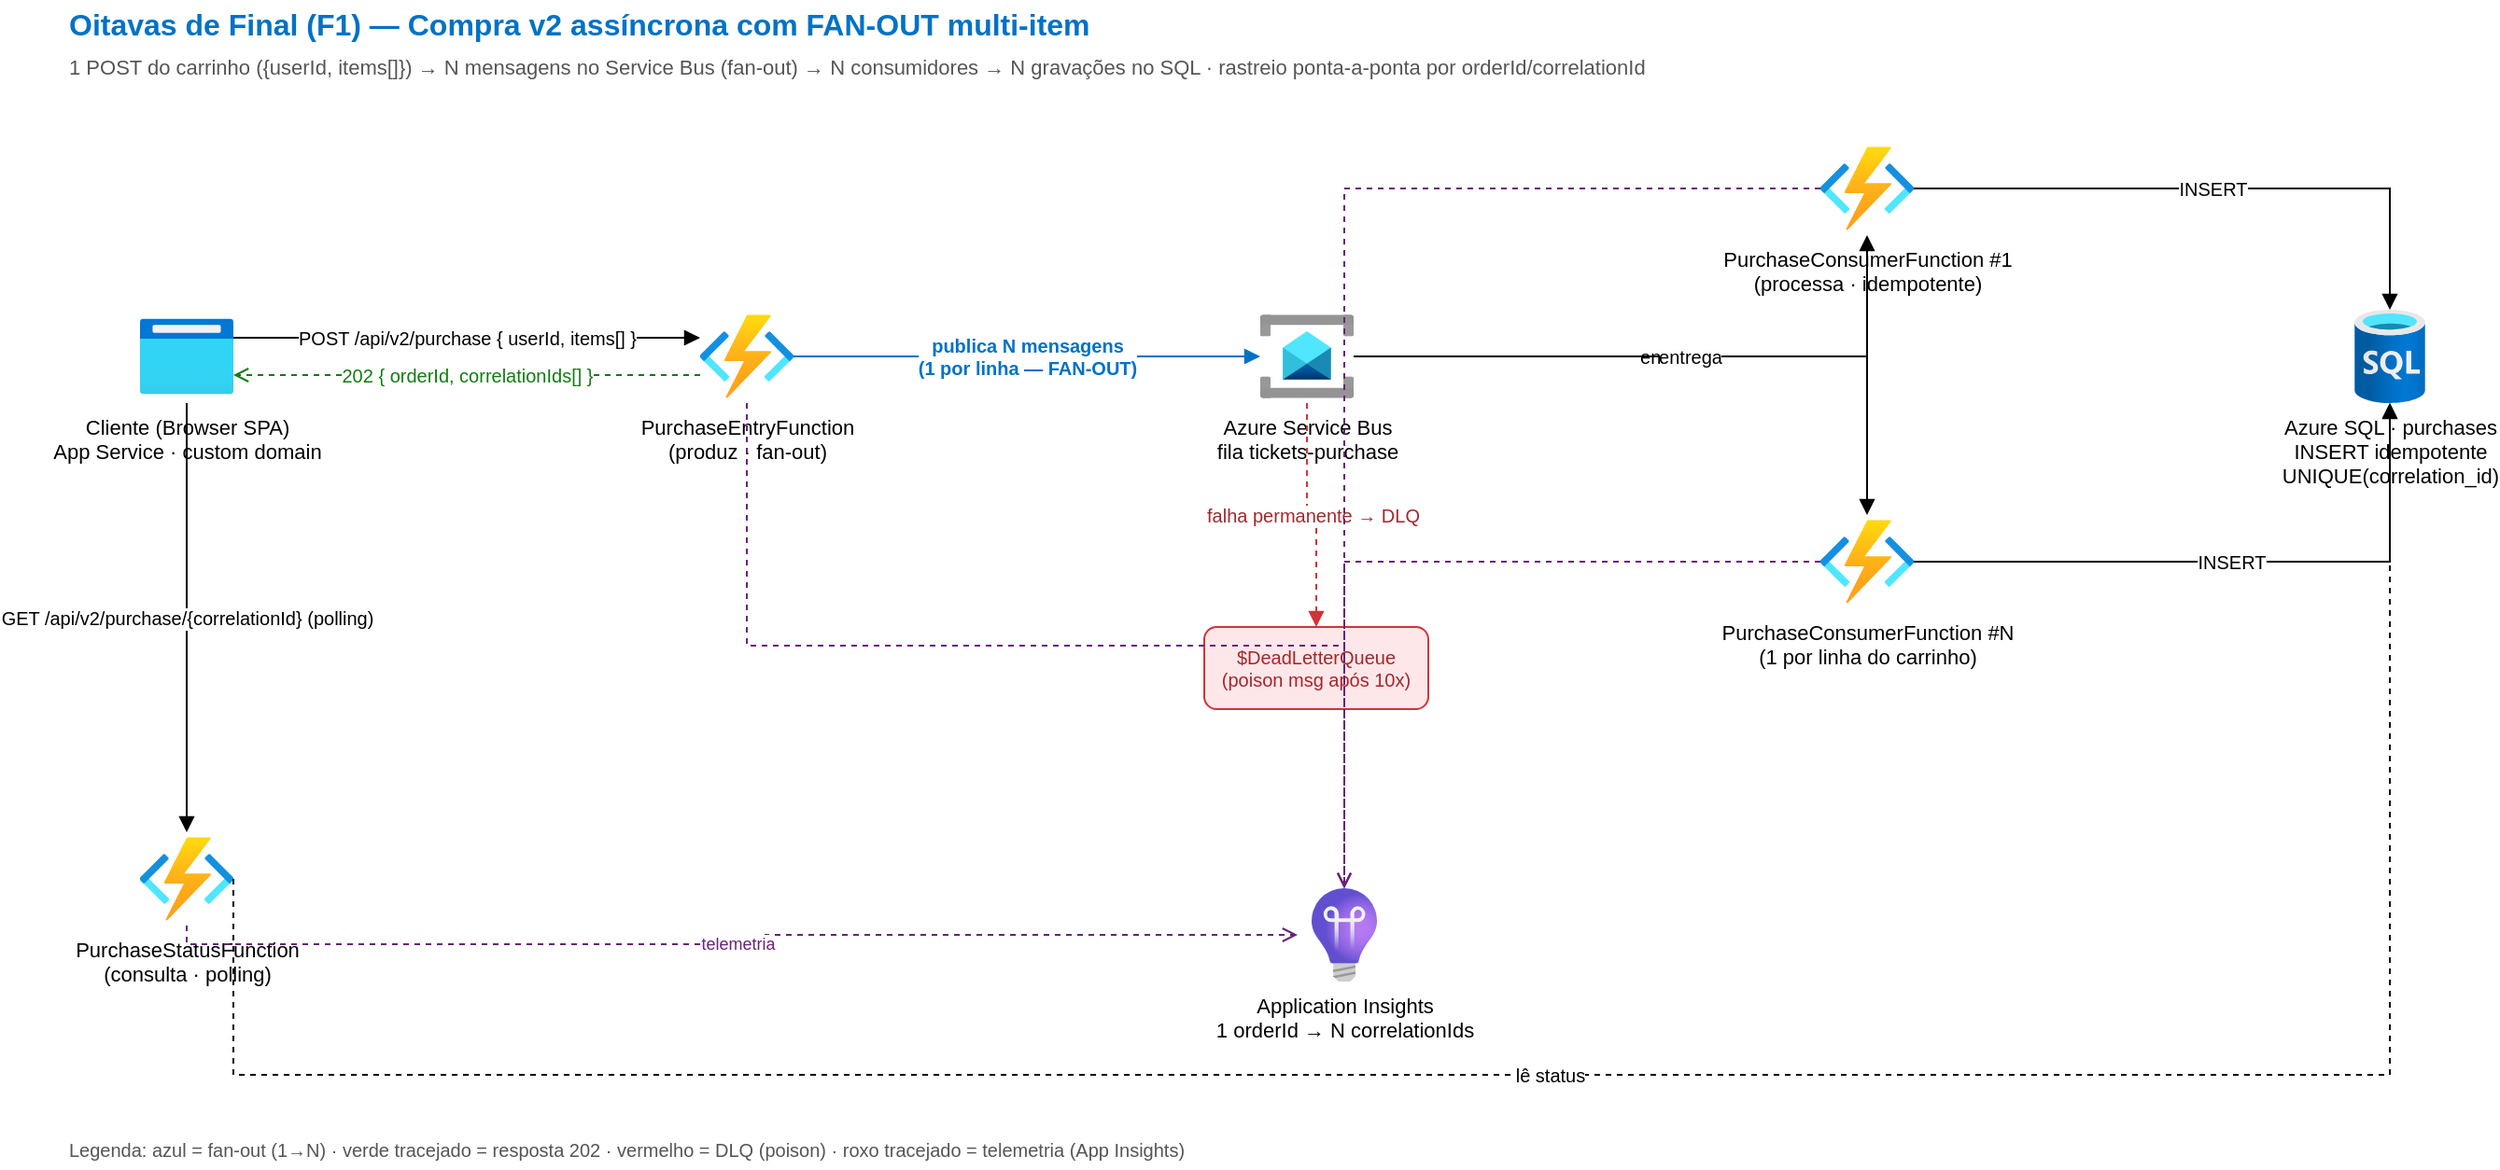
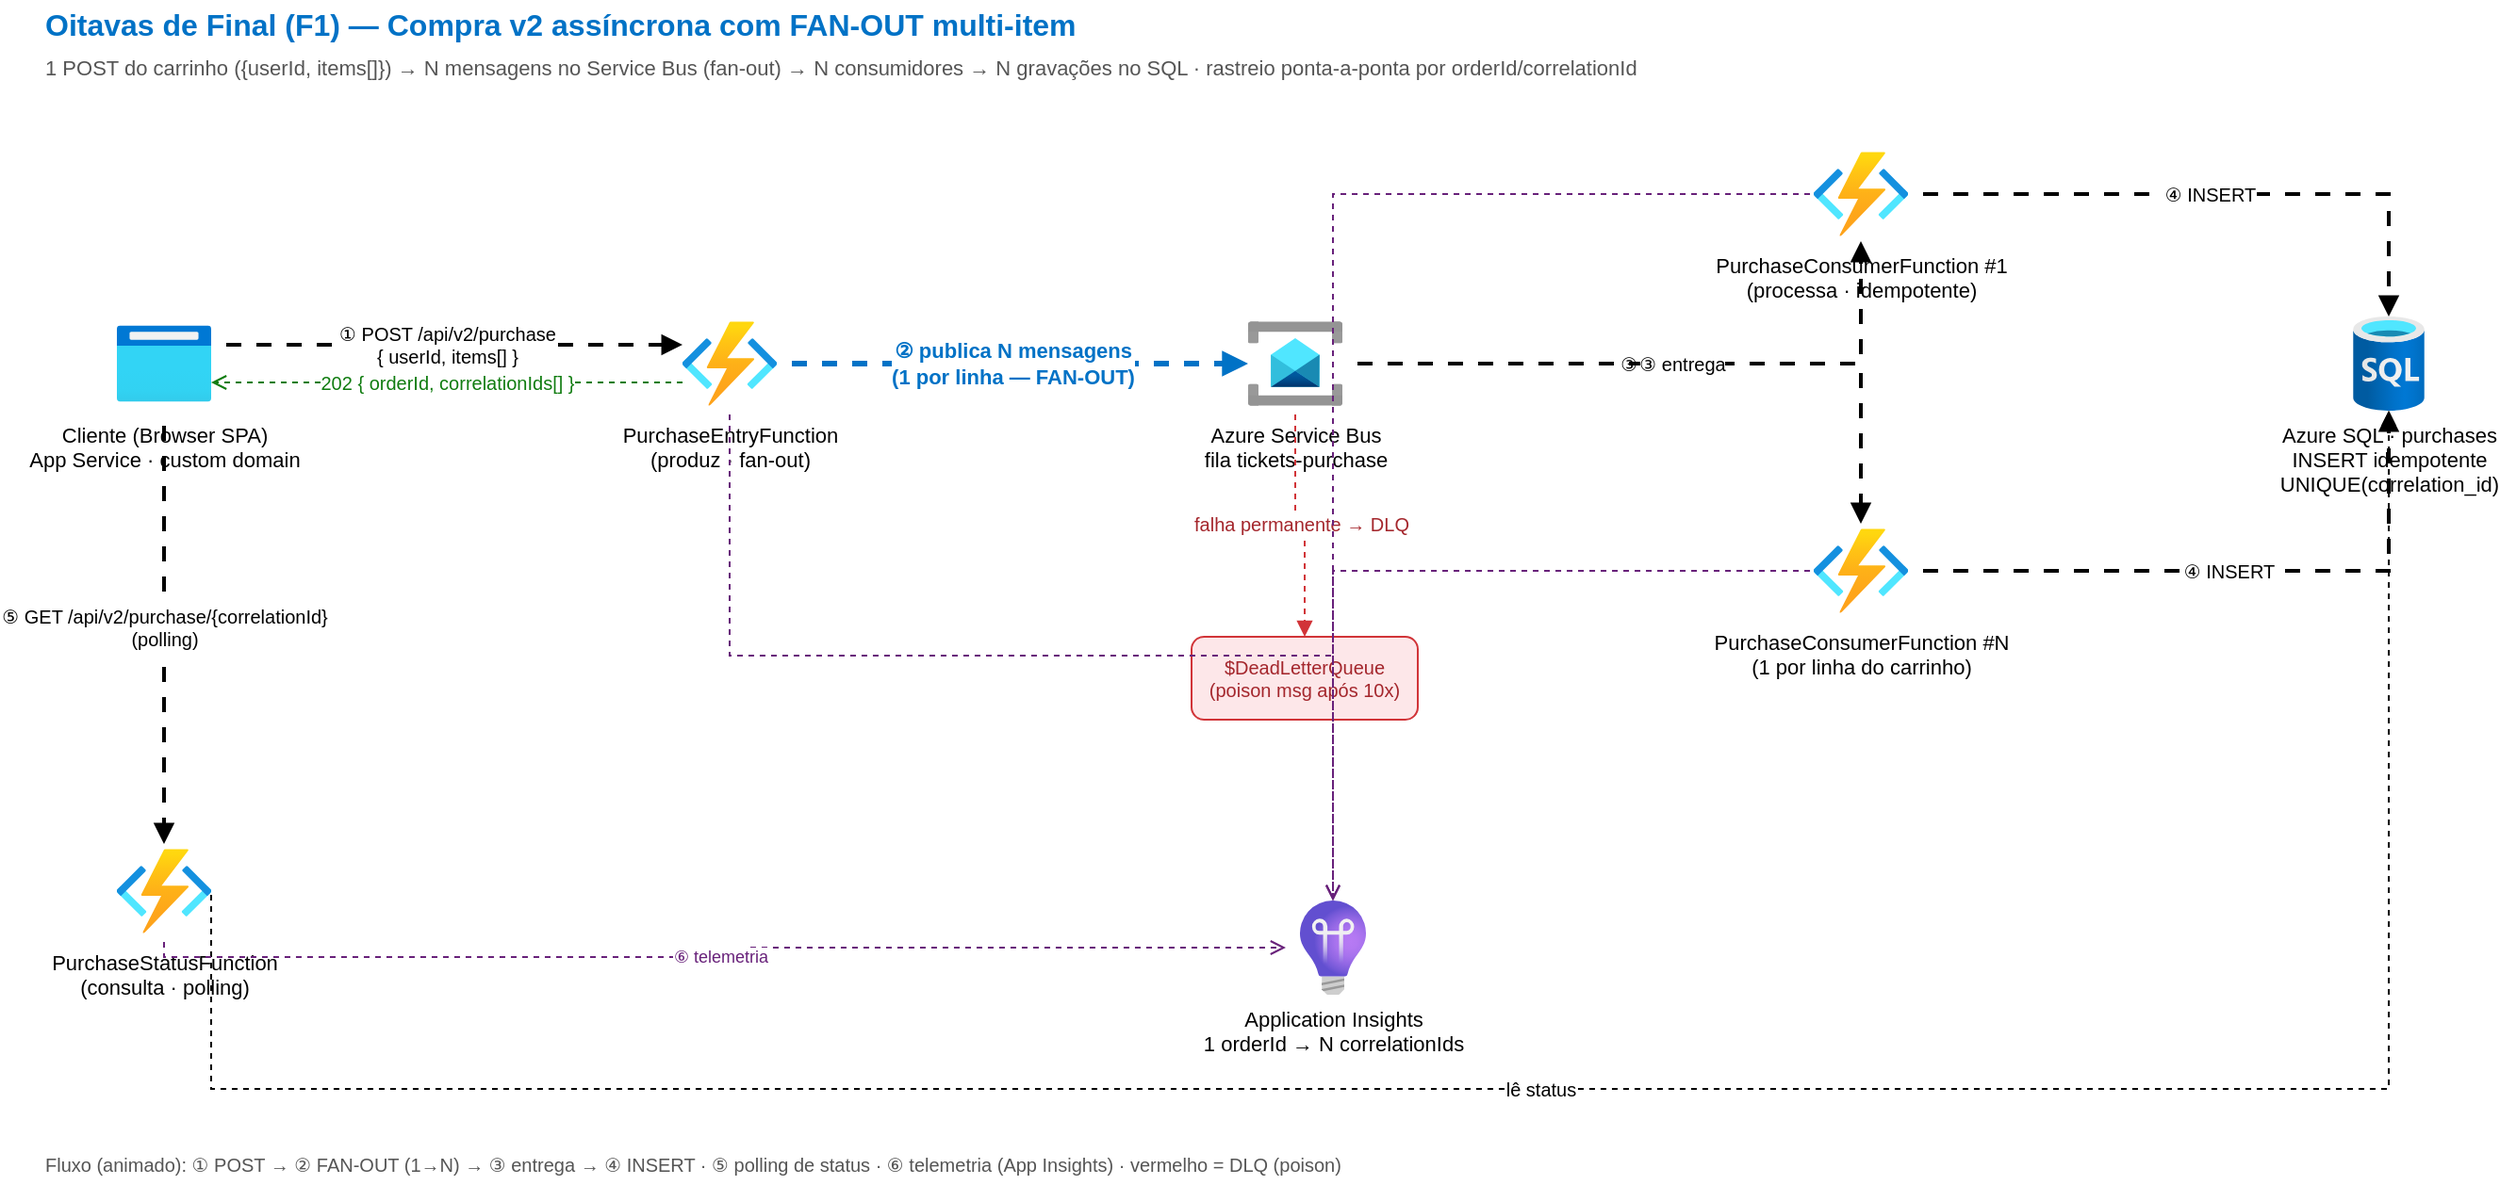
<mxfile host="app.diagrams.net" type="device" agent="aiox-master">
  <diagram name="Oitavas F1 - Fan-out Multi-item" id="oitavas-f1">
    <mxGraphModel dx="1200" dy="760" grid="1" gridSize="10" guides="1" tooltips="1" connect="1" arrows="1" fold="1" page="1" pageScale="1" pageWidth="1400" pageHeight="760" math="0" shadow="0">
      <root>
        <mxCell id="0" />
        <mxCell id="1" parent="0" />

        <!-- Titulo -->
        <mxCell id="title" value="Oitavas de Final (F1) — Compra v2 assíncrona com FAN-OUT multi-item" style="text;html=1;fontSize=16;fontStyle=1;align=left;verticalAlign=middle;fontColor=#0072C6;" vertex="1" parent="1">
-           <mxGeometry x="40" y="24" width="980" height="26" as="geometry" />
+           <mxGeometry x="40" y="22" width="980" height="26" as="geometry" />
        </mxCell>
        <mxCell id="subtitle" value="1 POST do carrinho ({userId, items[]}) → N mensagens no Service Bus (fan-out) → N consumidores → N gravações no SQL · rastreio ponta-a-ponta por orderId/correlationId" style="text;html=1;fontSize=11;align=left;verticalAlign=middle;fontColor=#555555;" vertex="1" parent="1">
-           <mxGeometry x="40" y="50" width="1100" height="20" as="geometry" />
+           <mxGeometry x="40" y="48" width="1100" height="20" as="geometry" />
        </mxCell>

        <!-- Nodes -->
        <mxCell id="browser" value="Cliente (Browser SPA)&#10;App Service · custom domain" style="sketch=0;html=1;aspect=fixed;image;verticalLabelPosition=bottom;verticalAlign=top;align=center;fontSize=11;image=img/lib/azure2/general/Browser.svg;" vertex="1" parent="1">
          <mxGeometry x="80" y="190" width="50" height="50" as="geometry" />
        </mxCell>
        <mxCell id="status" value="PurchaseStatusFunction&#10;(consulta · polling)" style="sketch=0;html=1;aspect=fixed;image;verticalLabelPosition=bottom;verticalAlign=top;align=center;fontSize=11;image=img/lib/azure2/compute/Function_Apps.svg;" vertex="1" parent="1">
          <mxGeometry x="80" y="470" width="50" height="50" as="geometry" />
        </mxCell>
        <mxCell id="entry" value="PurchaseEntryFunction&#10;(produz · fan-out)" style="sketch=0;html=1;aspect=fixed;image;verticalLabelPosition=bottom;verticalAlign=top;align=center;fontSize=11;image=img/lib/azure2/compute/Function_Apps.svg;" vertex="1" parent="1">
          <mxGeometry x="380" y="190" width="50" height="50" as="geometry" />
        </mxCell>
        <mxCell id="sbus" value="Azure Service Bus&#10;fila tickets-purchase" style="sketch=0;html=1;aspect=fixed;image;verticalLabelPosition=bottom;verticalAlign=top;align=center;fontSize=11;image=img/lib/azure2/integration/Service_Bus.svg;" vertex="1" parent="1">
          <mxGeometry x="680" y="190" width="50" height="50" as="geometry" />
        </mxCell>
        <mxCell id="dlq" value="$DeadLetterQueue&#10;(poison msg após 10x)" style="rounded=1;whiteSpace=wrap;html=1;fillColor=#FDE7E9;strokeColor=#D13438;fontSize=10;fontColor=#A4262C;" vertex="1" parent="1">
          <mxGeometry x="650" y="360" width="120" height="44" as="geometry" />
        </mxCell>
        <mxCell id="consumer1" value="PurchaseConsumerFunction #1&#10;(processa · idempotente)" style="sketch=0;html=1;aspect=fixed;image;verticalLabelPosition=bottom;verticalAlign=top;align=center;fontSize=11;image=img/lib/azure2/compute/Function_Apps.svg;" vertex="1" parent="1">
          <mxGeometry x="980" y="100" width="50" height="50" as="geometry" />
        </mxCell>
        <mxCell id="consumerN" value="PurchaseConsumerFunction #N&#10;(1 por linha do carrinho)" style="sketch=0;html=1;aspect=fixed;image;verticalLabelPosition=bottom;verticalAlign=top;align=center;fontSize=11;image=img/lib/azure2/compute/Function_Apps.svg;" vertex="1" parent="1">
          <mxGeometry x="980" y="300" width="50" height="50" as="geometry" />
        </mxCell>
        <mxCell id="sql" value="Azure SQL · purchases&#10;INSERT idempotente&#10;UNIQUE(correlation_id)" style="sketch=0;html=1;aspect=fixed;image;verticalLabelPosition=bottom;verticalAlign=top;align=center;fontSize=11;image=img/lib/azure2/databases/SQL_Database.svg;" vertex="1" parent="1">
          <mxGeometry x="1260" y="190" width="50" height="50" as="geometry" />
        </mxCell>
        <mxCell id="appi" value="Application Insights&#10;1 orderId → N correlationIds" style="sketch=0;html=1;aspect=fixed;image;verticalLabelPosition=bottom;verticalAlign=top;align=center;fontSize=11;image=img/lib/azure2/devops/Application_Insights.svg;" vertex="1" parent="1">
          <mxGeometry x="700" y="500" width="50" height="50" as="geometry" />
        </mxCell>

-         <!-- Browser <-> Entry: POST (cima) e 202 (baixo) separados -->
-         <mxCell id="e1" value="POST /api/v2/purchase  { userId, items[] }" style="edgeStyle=orthogonalEdgeStyle;rounded=0;html=1;fontSize=10;endArrow=block;exitX=1;exitY=0.3;exitDx=0;exitDy=0;entryX=0;entryY=0.3;entryDx=0;entryDy=0;" edge="1" parent="1" source="browser" target="entry">
+         <!-- 1) POST  -->
+         <mxCell id="e1" value="① POST /api/v2/purchase&#10;{ userId, items[] }" style="edgeStyle=orthogonalEdgeStyle;rounded=0;html=1;fontSize=10;endArrow=block;flowAnimation=1;strokeWidth=2;labelBackgroundColor=#FFFFFF;exitX=1;exitY=0.3;exitDx=0;exitDy=0;entryX=0;entryY=0.3;entryDx=0;entryDy=0;" edge="1" parent="1" source="browser" target="entry">
          <mxGeometry relative="1" as="geometry" />
        </mxCell>
-         <mxCell id="e2ret" value="202 { orderId, correlationIds[] }" style="edgeStyle=orthogonalEdgeStyle;rounded=0;html=1;fontSize=10;dashed=1;endArrow=open;strokeColor=#107C10;fontColor=#107C10;exitX=0;exitY=0.7;exitDx=0;exitDy=0;entryX=1;entryY=0.7;entryDx=0;entryDy=0;" edge="1" parent="1" source="entry" target="browser">
+         <!-- 202 retorno -->
+         <mxCell id="e2ret" value="202 { orderId, correlationIds[] }" style="edgeStyle=orthogonalEdgeStyle;rounded=0;html=1;fontSize=10;dashed=1;endArrow=open;strokeColor=#107C10;fontColor=#107C10;labelBackgroundColor=#FFFFFF;exitX=0;exitY=0.7;exitDx=0;exitDy=0;entryX=1;entryY=0.7;entryDx=0;entryDy=0;" edge="1" parent="1" source="entry" target="browser">
          <mxGeometry relative="1" as="geometry" />
        </mxCell>

-         <!-- Entry -> Service Bus: FAN-OUT -->
-         <mxCell id="e3" value="publica N mensagens&#10;(1 por linha — FAN-OUT)" style="edgeStyle=orthogonalEdgeStyle;rounded=0;html=1;fontSize=10;fontStyle=1;endArrow=block;strokeColor=#0072C6;fontColor=#0072C6;exitX=1;exitY=0.5;exitDx=0;exitDy=0;entryX=0;entryY=0.5;entryDx=0;entryDy=0;" edge="1" parent="1" source="entry" target="sbus">
+         <!-- 2) FAN-OUT -->
+         <mxCell id="e3" value="② publica N mensagens&#10;(1 por linha — FAN-OUT)" style="edgeStyle=orthogonalEdgeStyle;rounded=0;html=1;fontSize=11;fontStyle=1;endArrow=block;flowAnimation=1;strokeColor=#0072C6;fontColor=#0072C6;strokeWidth=3;labelBackgroundColor=#FFFFFF;exitX=1;exitY=0.5;exitDx=0;exitDy=0;entryX=0;entryY=0.5;entryDx=0;entryDy=0;" edge="1" parent="1" source="entry" target="sbus">
          <mxGeometry relative="1" as="geometry" />
        </mxCell>

-         <!-- Service Bus -> Consumers -->
-         <mxCell id="e4" value="entrega" style="edgeStyle=orthogonalEdgeStyle;rounded=0;html=1;fontSize=10;endArrow=block;" edge="1" parent="1" source="sbus" target="consumer1">
+         <!-- 3) entrega -->
+         <mxCell id="e4" value="③ entrega" style="edgeStyle=orthogonalEdgeStyle;rounded=0;html=1;fontSize=10;endArrow=block;flowAnimation=1;strokeWidth=2;labelBackgroundColor=#FFFFFF;" edge="1" parent="1" source="sbus" target="consumer1">
          <mxGeometry relative="1" as="geometry" />
        </mxCell>
-         <mxCell id="e5" value="entrega" style="edgeStyle=orthogonalEdgeStyle;rounded=0;html=1;fontSize=10;endArrow=block;" edge="1" parent="1" source="sbus" target="consumerN">
+         <mxCell id="e5" value="③ entrega" style="edgeStyle=orthogonalEdgeStyle;rounded=0;html=1;fontSize=10;endArrow=block;flowAnimation=1;strokeWidth=2;labelBackgroundColor=#FFFFFF;" edge="1" parent="1" source="sbus" target="consumerN">
          <mxGeometry relative="1" as="geometry" />
        </mxCell>
-         <mxCell id="e6" value="falha permanente → DLQ" style="edgeStyle=orthogonalEdgeStyle;rounded=0;html=1;fontSize=10;dashed=1;endArrow=block;strokeColor=#D13438;fontColor=#A4262C;exitX=0.5;exitY=1;exitDx=0;exitDy=0;entryX=0.5;entryY=0;entryDx=0;entryDy=0;" edge="1" parent="1" source="sbus" target="dlq">
+         <mxCell id="e6" value="falha permanente → DLQ" style="edgeStyle=orthogonalEdgeStyle;rounded=0;html=1;fontSize=10;dashed=1;endArrow=block;flowAnimation=1;strokeColor=#D13438;fontColor=#A4262C;labelBackgroundColor=#FFFFFF;exitX=0.5;exitY=1;exitDx=0;exitDy=0;entryX=0.5;entryY=0;entryDx=0;entryDy=0;" edge="1" parent="1" source="sbus" target="dlq">
          <mxGeometry relative="1" as="geometry" />
        </mxCell>

-         <!-- Consumers -> SQL -->
-         <mxCell id="e7" value="INSERT" style="edgeStyle=orthogonalEdgeStyle;rounded=0;html=1;fontSize=10;endArrow=block;" edge="1" parent="1" source="consumer1" target="sql">
+         <!-- 4) INSERT -->
+         <mxCell id="e7" value="④ INSERT" style="edgeStyle=orthogonalEdgeStyle;rounded=0;html=1;fontSize=10;endArrow=block;flowAnimation=1;strokeWidth=2;labelBackgroundColor=#FFFFFF;" edge="1" parent="1" source="consumer1" target="sql">
          <mxGeometry relative="1" as="geometry" />
        </mxCell>
-         <mxCell id="e8" value="INSERT" style="edgeStyle=orthogonalEdgeStyle;rounded=0;html=1;fontSize=10;endArrow=block;" edge="1" parent="1" source="consumerN" target="sql">
+         <mxCell id="e8" value="④ INSERT" style="edgeStyle=orthogonalEdgeStyle;rounded=0;html=1;fontSize=10;endArrow=block;flowAnimation=1;strokeWidth=2;labelBackgroundColor=#FFFFFF;" edge="1" parent="1" source="consumerN" target="sql">
          <mxGeometry relative="1" as="geometry" />
        </mxCell>

-         <!-- Browser -> Status (GET, vertical) -->
-         <mxCell id="e9" value="GET /api/v2/purchase/{correlationId}  (polling)" style="edgeStyle=orthogonalEdgeStyle;rounded=0;html=1;fontSize=10;endArrow=block;exitX=0.5;exitY=1;exitDx=0;exitDy=0;entryX=0.5;entryY=0;entryDx=0;entryDy=0;" edge="1" parent="1" source="browser" target="status">
+         <!-- 5) GET status -->
+         <mxCell id="e9" value="⑤ GET /api/v2/purchase/{correlationId}&#10;(polling)" style="edgeStyle=orthogonalEdgeStyle;rounded=0;html=1;fontSize=10;endArrow=block;flowAnimation=1;strokeWidth=2;labelBackgroundColor=#FFFFFF;exitX=0.5;exitY=1;exitDx=0;exitDy=0;entryX=0.5;entryY=0;entryDx=0;entryDy=0;" edge="1" parent="1" source="browser" target="status">
          <mxGeometry relative="1" as="geometry" />
        </mxCell>
-         <!-- Status -> SQL (lê status, pela base) -->
-         <mxCell id="e10" value="lê status" style="edgeStyle=orthogonalEdgeStyle;rounded=0;html=1;fontSize=10;dashed=1;endArrow=open;exitX=1;exitY=0.5;exitDx=0;exitDy=0;entryX=0.5;entryY=1;entryDx=0;entryDy=0;" edge="1" parent="1" source="status" target="sql">
+         <mxCell id="e10" value="lê status" style="edgeStyle=orthogonalEdgeStyle;rounded=0;html=1;fontSize=10;dashed=1;endArrow=open;flowAnimation=1;labelBackgroundColor=#FFFFFF;exitX=1;exitY=0.5;exitDx=0;exitDy=0;entryX=0.5;entryY=1;entryDx=0;entryDy=0;" edge="1" parent="1" source="status" target="sql">
          <mxGeometry relative="1" as="geometry">
            <Array as="points"><mxPoint x="1285" y="600" /></Array>
          </mxGeometry>
        </mxCell>

-         <!-- Telemetria -> App Insights -->
-         <mxCell id="t1" style="edgeStyle=orthogonalEdgeStyle;rounded=0;html=1;dashed=1;endArrow=open;strokeColor=#68217A;exitX=0.5;exitY=1;exitDx=0;exitDy=0;" edge="1" parent="1" source="entry" target="appi">
+         <!-- 6) Telemetria -->
+         <mxCell id="t1" style="edgeStyle=orthogonalEdgeStyle;rounded=0;html=1;dashed=1;endArrow=open;flowAnimation=1;strokeColor=#68217A;exitX=0.5;exitY=1;exitDx=0;exitDy=0;" edge="1" parent="1" source="entry" target="appi">
          <mxGeometry relative="1" as="geometry" />
        </mxCell>
-         <mxCell id="t2" style="edgeStyle=orthogonalEdgeStyle;rounded=0;html=1;dashed=1;endArrow=open;strokeColor=#68217A;" edge="1" parent="1" source="consumer1" target="appi">
+         <mxCell id="t2" style="edgeStyle=orthogonalEdgeStyle;rounded=0;html=1;dashed=1;endArrow=open;flowAnimation=1;strokeColor=#68217A;" edge="1" parent="1" source="consumer1" target="appi">
          <mxGeometry relative="1" as="geometry" />
        </mxCell>
-         <mxCell id="t3" style="edgeStyle=orthogonalEdgeStyle;rounded=0;html=1;dashed=1;endArrow=open;strokeColor=#68217A;" edge="1" parent="1" source="consumerN" target="appi">
+         <mxCell id="t3" style="edgeStyle=orthogonalEdgeStyle;rounded=0;html=1;dashed=1;endArrow=open;flowAnimation=1;strokeColor=#68217A;" edge="1" parent="1" source="consumerN" target="appi">
          <mxGeometry relative="1" as="geometry" />
        </mxCell>
-         <mxCell id="t4" value="telemetria" style="edgeStyle=orthogonalEdgeStyle;rounded=0;html=1;fontSize=9;dashed=1;endArrow=open;strokeColor=#68217A;fontColor=#68217A;exitX=0.5;exitY=1;exitDx=0;exitDy=0;" edge="1" parent="1" source="status" target="appi">
+         <mxCell id="t4" value="⑥ telemetria" style="edgeStyle=orthogonalEdgeStyle;rounded=0;html=1;fontSize=9;dashed=1;endArrow=open;flowAnimation=1;strokeColor=#68217A;fontColor=#68217A;labelBackgroundColor=#FFFFFF;exitX=0.5;exitY=1;exitDx=0;exitDy=0;" edge="1" parent="1" source="status" target="appi">
          <mxGeometry relative="1" as="geometry" />
        </mxCell>

        <!-- Legenda -->
-         <mxCell id="legend" value="Legenda:   azul = fan-out (1→N)   ·   verde tracejado = resposta 202   ·   vermelho = DLQ (poison)   ·   roxo tracejado = telemetria (App Insights)" style="text;html=1;fontSize=10;align=left;verticalAlign=middle;fontColor=#555555;" vertex="1" parent="1">
-           <mxGeometry x="40" y="630" width="1100" height="20" as="geometry" />
+         <mxCell id="legend" value="Fluxo (animado):  ① POST → ② FAN-OUT (1→N) → ③ entrega → ④ INSERT  ·  ⑤ polling de status  ·  ⑥ telemetria (App Insights)  ·  vermelho = DLQ (poison)" style="text;html=1;fontSize=10;align=left;verticalAlign=middle;fontColor=#555555;" vertex="1" parent="1">
+           <mxGeometry x="40" y="630" width="1200" height="20" as="geometry" />
        </mxCell>
      </root>
    </mxGraphModel>
  </diagram>
</mxfile>
